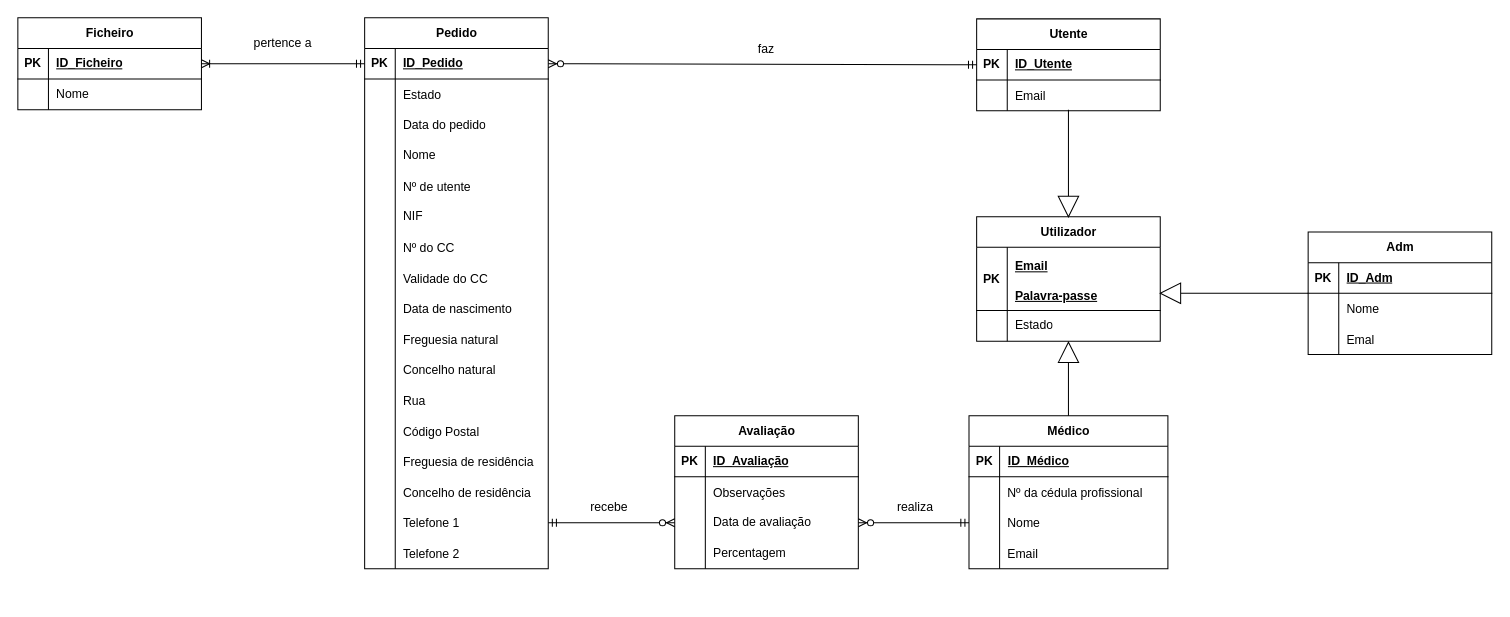
Earlier version of the draw.io diagram Diagramas/ER/diagrama_ER_JMAI.drawio (xaloftal/Juntas). Source tidied: cells renumbered, new cells numbered last; positions are measured from the earlier drawing's top-left corner, leaving out a move shared by most shapes. Both pictures are drawn from the tidied source at 102%, with x=0, y=0 at pixel (17, 17).
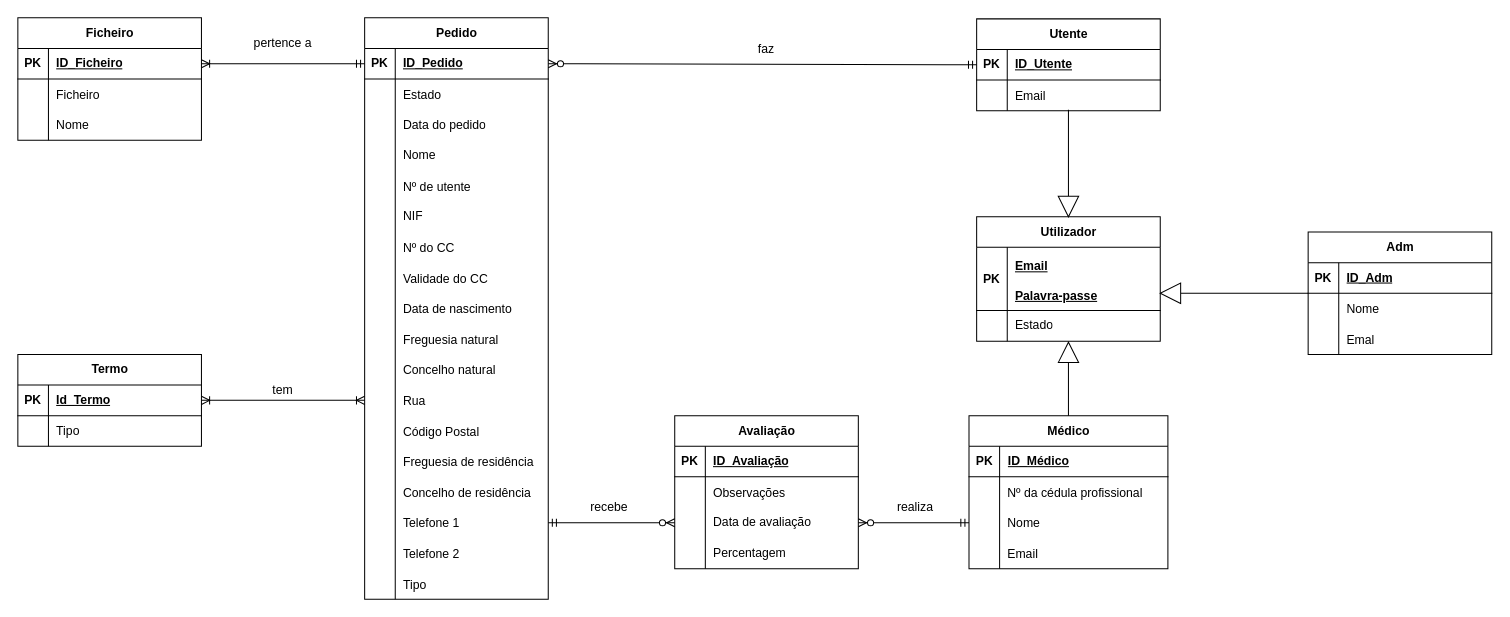
The same diagram, later.

Unchanged cells that the change refers to:
```xml
<mxCell id="43" style="shape=tableRow;horizontal=0;startSize=0;swimlaneHead=0;swimlaneBody=0;fillColor=none;points=[[0,0.5],[1,0.5]];portConstraint=eastwest;top=0;left=0;right=0;bottom=0;" parent="9" vertex="1">
  <mxGeometry y="360" width="180" height="30" as="geometry" />
</mxCell>
```

What changed in the source:
```diff
@@
     <mxCell id="2" value="Ficheiro" style="shape=table;startSize=30;childLayout=tableLayout;rowLines=0;fontStyle=1;align=center;html=1;" parent="1" vertex="1">
-      <mxGeometry width="180" height="90" as="geometry" />
+      <mxGeometry width="180" height="120" as="geometry" />
     </mxCell>
@@
+    <mxCell id="126" style="shape=tableRow;horizontal=0;startSize=0;swimlaneHead=0;swimlaneBody=0;fillColor=none;top=0;left=0;right=0;bottom=0;" parent="2" vertex="1">
+      <mxGeometry y="60" width="180" height="30" as="geometry" />
+    </mxCell>
+    <mxCell id="127" style="shape=partialRectangle;fillColor=none;top=0;left=0;bottom=0;right=0;overflow=hidden;" parent="126" vertex="1">
+      <mxGeometry width="30" height="30" as="geometry" />
+    </mxCell>
+    <mxCell id="128" value="Ficheiro" style="shape=partialRectangle;fillColor=none;top=0;left=0;bottom=0;right=0;align=left;spacingLeft=6;overflow=hidden;" parent="126" vertex="1">
+      <mxGeometry x="30" width="150" height="30" as="geometry" />
+    </mxCell>
     <mxCell id="6" style="shape=tableRow;horizontal=0;startSize=0;swimlaneHead=0;swimlaneBody=0;fillColor=none;top=0;left=0;right=0;bottom=0;" parent="2" vertex="1">
-      <mxGeometry y="60" width="180" height="30" as="geometry" />
+      <mxGeometry y="90" width="180" height="30" as="geometry" />
     </mxCell>
@@
     <mxCell id="9" value="Pedido" style="shape=table;startSize=30;childLayout=tableLayout;rowLines=0;fontStyle=1;align=center;html=1;" parent="1" vertex="1">
-      <mxGeometry x="340" width="180" height="540" as="geometry" />
+      <mxGeometry x="340" width="180" height="570" as="geometry" />
     </mxCell>
@@
+    <mxCell id="129" style="shape=tableRow;horizontal=0;startSize=0;swimlaneHead=0;swimlaneBody=0;fillColor=none;top=0;left=0;right=0;bottom=0;" parent="9" vertex="1">
+      <mxGeometry y="540" width="180" height="30" as="geometry" />
+    </mxCell>
+    <mxCell id="130" style="shape=partialRectangle;fillColor=none;top=0;left=0;bottom=0;right=0;overflow=hidden;" parent="129" vertex="1">
+      <mxGeometry width="30" height="30" as="geometry" />
+    </mxCell>
+    <mxCell id="131" value="Tipo" style="shape=partialRectangle;fillColor=none;top=0;left=0;bottom=0;right=0;align=left;spacingLeft=6;overflow=hidden;" parent="129" vertex="1">
+      <mxGeometry x="30" width="150" height="30" as="geometry" />
+    </mxCell>
@@
+    <mxCell id="132" value="Termo" style="shape=table;startSize=30;childLayout=tableLayout;rowLines=0;fontStyle=1;align=center;html=1;" parent="1" vertex="1">
+      <mxGeometry y="330" width="180" height="90" as="geometry" />
+    </mxCell>
+    <mxCell id="133" style="shape=tableRow;horizontal=0;startSize=0;swimlaneHead=0;swimlaneBody=0;fillColor=none;points=[[0,0.5],[1,0.5]];portConstraint=eastwest;top=0;left=0;right=0;bottom=1;" parent="132" vertex="1">
+      <mxGeometry y="30" width="180" height="30" as="geometry" />
+    </mxCell>
+    <mxCell id="134" value="PK" style="shape=partialRectangle;fillColor=none;top=0;left=0;bottom=0;right=0;fontStyle=1;overflow=hidden;whiteSpace=wrap;html=1;" parent="133" vertex="1">
+      <mxGeometry width="30" height="30" as="geometry" />
+    </mxCell>
+    <mxCell id="135" value="Id_Termo" style="shape=partialRectangle;fillColor=none;top=0;left=0;bottom=0;right=0;align=left;spacingLeft=6;fontStyle=5;overflow=hidden;whiteSpace=wrap;html=1;" parent="133" vertex="1">
+      <mxGeometry x="30" width="150" height="30" as="geometry" />
+    </mxCell>
+    <mxCell id="136" style="shape=tableRow;horizontal=0;startSize=0;swimlaneHead=0;swimlaneBody=0;fillColor=none;top=0;left=0;right=0;bottom=0;" parent="132" vertex="1">
+      <mxGeometry y="60" width="180" height="30" as="geometry" />
+    </mxCell>
+    <mxCell id="137" style="shape=partialRectangle;fillColor=none;top=0;left=0;bottom=0;right=0;overflow=hidden;whiteSpace=wrap;html=1;" parent="136" vertex="1">
+      <mxGeometry width="30" height="30" as="geometry" />
+    </mxCell>
+    <mxCell id="138" value="Tipo" style="shape=partialRectangle;fillColor=none;top=0;left=0;bottom=0;right=0;align=left;spacingLeft=6;overflow=hidden;whiteSpace=wrap;html=1;" parent="136" vertex="1">
+      <mxGeometry x="30" width="150" height="30" as="geometry" />
+    </mxCell>
+    <mxCell id="139" style="edgeStyle=entityRelationEdgeStyle;fontSize=12;html=1;endArrow=ERoneToMany;startArrow=ERoneToMany;rounded=0;exitX=1;exitY=0.5;exitDx=0;exitDy=0;entryX=0;entryY=0.5;entryDx=0;entryDy=0;" parent="1" edge="1" source="133" target="43">
+      <mxGeometry relative="1" as="geometry" />
+    </mxCell>
+    <mxCell id="140" value="tem" style="text;html=1;strokeColor=none;fillColor=none;align=center;verticalAlign=middle;whiteSpace=wrap;rounded=0;" parent="1" vertex="1">
+      <mxGeometry x="230" y="350" width="60" height="30" as="geometry" />
+    </mxCell>
```
